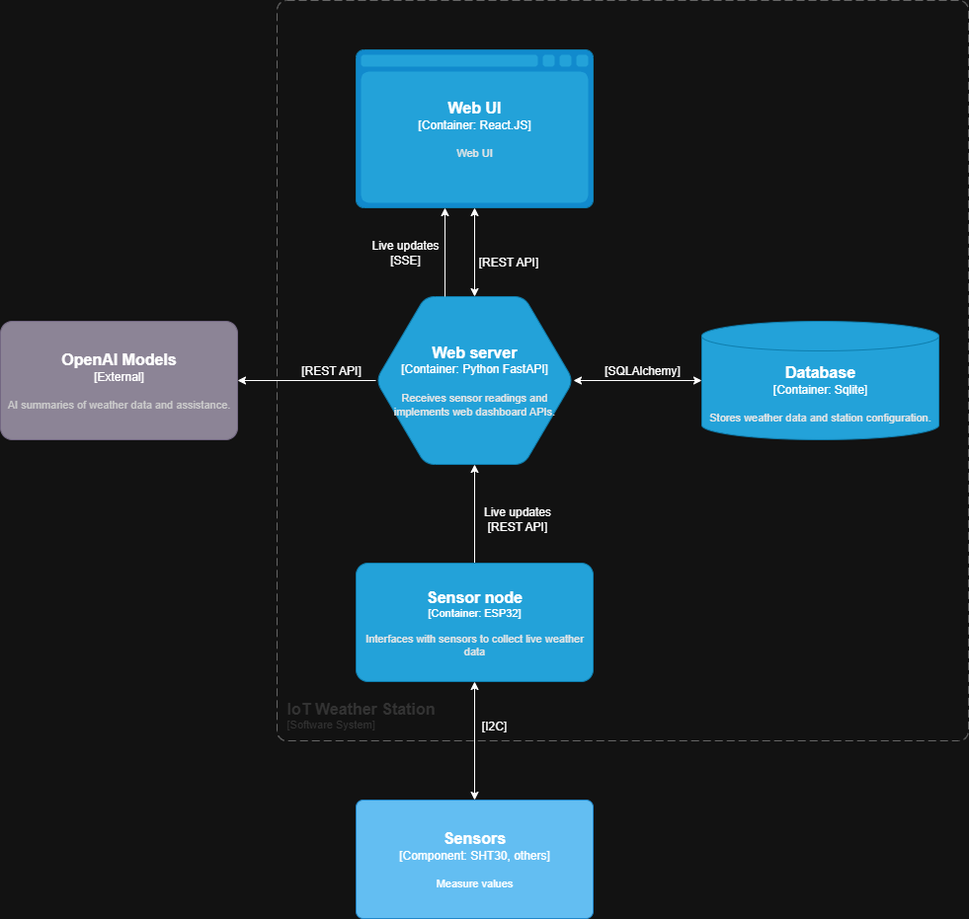
al-c95/IoTWeatherStation keeps this draw.io diagram as architecture.drawio.png. Above is the earlier version. Source tidied: cells renumbered, new cells last; positions are measured from the earlier drawing's top-left corner, leaving out a move shared by most shapes.
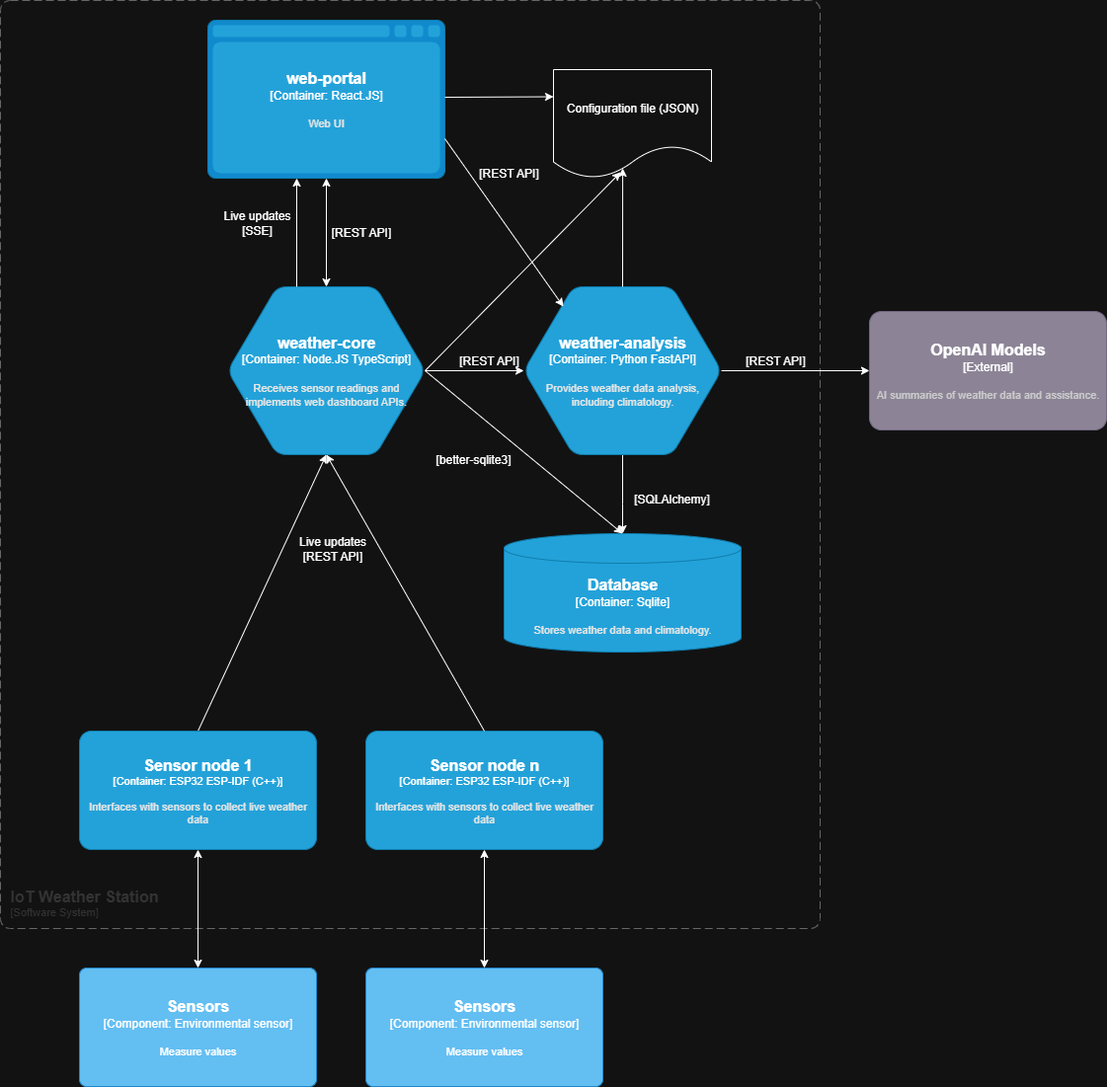
Later version of the same file.

Diff of the diagram source:
```diff
@@ -2,83 +2,144 @@
   <root>
     <mxCell id="0" />
     <mxCell id="1" parent="0" />
-    <object id="2" label="&lt;font style=&quot;font-size: 16px&quot;&gt;&lt;b&gt;%c4Name%&lt;/b&gt;&lt;/font&gt;&lt;div&gt;[%c4Type%:&amp;nbsp;%c4Technology%]&lt;/div&gt;&lt;br&gt;&lt;div&gt;&lt;font style=&quot;font-size: 11px&quot;&gt;&lt;font color=&quot;#E6E6E6&quot;&gt;%c4Description%&lt;/font&gt;&lt;/div&gt;" c4Description="Receives sensor readings and implements web dashboard APIs." c4Name="Web server" c4Technology="Python FastAPI" c4Type="Container" placeholders="1">
+    <object id="2" label="&lt;font style=&quot;font-size: 16px&quot;&gt;&lt;b&gt;%c4Name%&lt;/b&gt;&lt;/font&gt;&lt;div&gt;[%c4Type%:&amp;nbsp;%c4Technology%]&lt;/div&gt;&lt;br&gt;&lt;div&gt;&lt;font style=&quot;font-size: 11px&quot;&gt;&lt;font color=&quot;#E6E6E6&quot;&gt;%c4Description%&lt;/font&gt;&lt;/div&gt;" c4Description="Receives sensor readings and implements web dashboard APIs." c4Name="weather-core" c4Technology="Node.JS TypeScript" c4Type="Container" placeholders="1">
       <mxCell style="shape=hexagon;size=50;perimeter=hexagonPerimeter2;whiteSpace=wrap;html=1;fixedSize=1;rounded=1;labelBackgroundColor=none;fillColor=#23A2D9;fontSize=12;fontColor=#ffffff;align=center;strokeColor=#0E7DAD;points=[[0.5,0,0],[1,0.25,0],[1,0.5,0],[1,0.75,0],[0.5,1,0],[0,0.75,0],[0,0.5,0],[0,0.25,0]];" parent="1" vertex="1">
-        <mxGeometry x="380" y="300" width="200" height="170" as="geometry" />
+        <mxGeometry x="380" y="320" width="200" height="170" as="geometry" />
       </mxCell>
     </object>
-    <object id="3" label="&lt;font style=&quot;font-size: 16px&quot;&gt;&lt;b&gt;%c4Name%&lt;/b&gt;&lt;/font&gt;&lt;div&gt;[%c4Type%:&amp;nbsp;%c4Technology%]&lt;/div&gt;&lt;br&gt;&lt;div&gt;&lt;font style=&quot;font-size: 11px&quot;&gt;&lt;font color=&quot;#E6E6E6&quot;&gt;%c4Description%&lt;/font&gt;&lt;/div&gt;" c4Description="Web UI" c4Name="Web UI" c4Technology="React.JS" c4Type="Container" placeholders="1">
+    <object id="3" label="&lt;font style=&quot;font-size: 16px&quot;&gt;&lt;b&gt;%c4Name%&lt;/b&gt;&lt;/font&gt;&lt;div&gt;[%c4Type%:&amp;nbsp;%c4Technology%]&lt;/div&gt;&lt;br&gt;&lt;div&gt;&lt;font style=&quot;font-size: 11px&quot;&gt;&lt;font color=&quot;#E6E6E6&quot;&gt;%c4Description%&lt;/font&gt;&lt;/div&gt;" c4Description="Web UI" c4Name="web-portal" c4Technology="React.JS" c4Type="Container" placeholders="1">
       <mxCell style="shape=mxgraph.c4.webBrowserContainer2;whiteSpace=wrap;html=1;boundedLbl=1;rounded=0;labelBackgroundColor=none;strokeColor=#118ACD;fillColor=#23A2D9;strokeColor=#118ACD;strokeColor2=#0E7DAD;fontSize=12;fontColor=#ffffff;align=center;points=[[0.5,0,0],[1,0.25,0],[1,0.5,0],[1,0.75,0],[0.5,1,0],[0,0.75,0],[0,0.5,0],[0,0.25,0]];" parent="1" vertex="1">
         <mxGeometry x="360" y="50" width="240" height="160" as="geometry" />
       </mxCell>
     </object>
-    <object id="4" label="&lt;font style=&quot;font-size: 16px&quot;&gt;&lt;b&gt;%c4Name%&lt;/b&gt;&lt;/font&gt;&lt;div&gt;[%c4Type%:&amp;nbsp;%c4Technology%]&lt;/div&gt;&lt;br&gt;&lt;div&gt;&lt;font style=&quot;font-size: 11px&quot;&gt;&lt;font color=&quot;#E6E6E6&quot;&gt;%c4Description%&lt;/font&gt;&lt;/div&gt;" c4Description="Stores weather data and station configuration." c4Name="Database" c4Technology="Sqlite" c4Type="Container" placeholders="1">
+    <object id="4" label="&lt;font style=&quot;font-size: 16px&quot;&gt;&lt;b&gt;%c4Name%&lt;/b&gt;&lt;/font&gt;&lt;div&gt;[%c4Type%:&amp;nbsp;%c4Technology%]&lt;/div&gt;&lt;br&gt;&lt;div&gt;&lt;font style=&quot;font-size: 11px&quot;&gt;&lt;font color=&quot;#E6E6E6&quot;&gt;%c4Description%&lt;/font&gt;&lt;/div&gt;" c4Description="Stores weather data and climatology." c4Name="Database" c4Technology="Sqlite" c4Type="Container" placeholders="1">
       <mxCell style="shape=cylinder3;size=15;whiteSpace=wrap;html=1;boundedLbl=1;rounded=0;labelBackgroundColor=none;fillColor=#23A2D9;fontSize=12;fontColor=#ffffff;align=center;strokeColor=#0E7DAD;points=[[0.5,0,0],[1,0.25,0],[1,0.5,0],[1,0.75,0],[0.5,1,0],[0,0.75,0],[0,0.5,0],[0,0.25,0]];" parent="1" vertex="1">
-        <mxGeometry x="710" y="325" width="240" height="120" as="geometry" />
+        <mxGeometry x="660" y="570" width="240" height="120" as="geometry" />
       </mxCell>
     </object>
     <object id="5" label="&lt;font style=&quot;font-size: 16px&quot;&gt;&lt;b&gt;&lt;div style=&quot;text-align: left&quot;&gt;%c4Name%&lt;/div&gt;&lt;/b&gt;&lt;/font&gt;&lt;div style=&quot;text-align: left&quot;&gt;[%c4Application%]&lt;/div&gt;" c4Application="Software System" c4Name="IoT Weather Station" c4Type="SystemScopeBoundary" placeholders="1">
       <mxCell style="rounded=1;fontSize=11;whiteSpace=wrap;html=1;dashed=1;arcSize=20;fillColor=none;strokeColor=#666666;fontColor=#333333;labelBackgroundColor=none;align=left;verticalAlign=bottom;labelBorderColor=none;spacingTop=0;spacing=10;dashPattern=8 4;perimeter=rectanglePerimeter;noLabel=0;labelPadding=0;absoluteArcSize=1;" parent="1" vertex="1">
-        <mxGeometry x="280" width="700" height="750" as="geometry" />
+        <mxGeometry x="150" y="30" width="830" height="940" as="geometry" />
       </mxCell>
     </object>
     <object id="6" label="&lt;font style=&quot;font-size: 16px&quot;&gt;&lt;b&gt;%c4Name%&lt;/b&gt;&lt;/font&gt;&lt;div&gt;[%c4Type%]&lt;/div&gt;&lt;br&gt;&lt;div&gt;&lt;font style=&quot;font-size: 11px&quot;&gt;&lt;font color=&quot;#cccccc&quot;&gt;%c4Description%&lt;/font&gt;&lt;/div&gt;" c4Description="AI summaries of weather data and assistance." c4Name="OpenAI Models" c4Type="External" placeholders="1">
       <mxCell style="rounded=1;whiteSpace=wrap;html=1;labelBackgroundColor=none;fillColor=#8C8496;fontColor=#ffffff;align=center;arcSize=10;strokeColor=#736782;points=[[0.25,0,0],[0.5,0,0],[0.75,0,0],[1,0.25,0],[1,0.5,0],[1,0.75,0],[0.75,1,0],[0.5,1,0],[0.25,1,0],[0,0.75,0],[0,0.5,0],[0,0.25,0]];" parent="1" vertex="1">
-        <mxGeometry y="325" width="240" height="120" as="geometry" />
+        <mxGeometry x="1030" y="345" width="240" height="120" as="geometry" />
       </mxCell>
     </object>
-    <object id="7" label="&lt;font style=&quot;font-size: 16px&quot;&gt;&lt;b&gt;%c4Name%&lt;/b&gt;&lt;/font&gt;&lt;div&gt;[%c4Type%: %c4Technology%]&lt;/div&gt;&lt;br&gt;&lt;div&gt;&lt;font style=&quot;font-size: 11px&quot;&gt;%c4Description%&lt;/font&gt;&lt;/div&gt;" c4Description="Measure values" c4Name="Sensors" c4Technology="SHT30, others" c4Type="Component" placeholders="1">
+    <object id="7" label="&lt;font style=&quot;font-size: 16px&quot;&gt;&lt;b&gt;%c4Name%&lt;/b&gt;&lt;/font&gt;&lt;div&gt;[%c4Type%: %c4Technology%]&lt;/div&gt;&lt;br&gt;&lt;div&gt;&lt;font style=&quot;font-size: 11px&quot;&gt;%c4Description%&lt;/font&gt;&lt;/div&gt;" c4Description="Measure values" c4Name="Sensors" c4Technology="Environmental sensor" c4Type="Component" placeholders="1">
       <mxCell style="rounded=1;whiteSpace=wrap;html=1;labelBackgroundColor=none;fillColor=#63BEF2;fontColor=#ffffff;align=center;arcSize=6;strokeColor=#2086C9;points=[[0.25,0,0],[0.5,0,0],[0.75,0,0],[1,0.25,0],[1,0.5,0],[1,0.75,0],[0.75,1,0],[0.5,1,0],[0.25,1,0],[0,0.75,0],[0,0.5,0],[0,0.25,0]];" parent="1" vertex="1">
-        <mxGeometry x="360" y="810" width="240" height="120" as="geometry" />
+        <mxGeometry x="230" y="1010" width="240" height="120" as="geometry" />
       </mxCell>
     </object>
     <mxCell id="8" style="endArrow=classic;startArrow=classic;html=1;rounded=0;entryX=0.5;entryY=1;entryDx=0;entryDy=0;entryPerimeter=0;exitX=0.5;exitY=0;exitDx=0;exitDy=0;exitPerimeter=0;" parent="1" edge="1" source="2" target="3">
       <mxGeometry relative="1" as="geometry" />
     </mxCell>
-    <mxCell id="9" style="endArrow=classic;startArrow=none;html=1;rounded=0;entryX=0.5;entryY=1;entryDx=0;entryDy=0;entryPerimeter=0;exitX=0.5;exitY=0;exitDx=0;exitDy=0;exitPerimeter=0;startFill=0;" parent="1" edge="1" target="2">
+    <mxCell id="9" style="endArrow=classic;startArrow=none;html=1;rounded=0;entryX=0.5;entryY=1;entryDx=0;entryDy=0;entryPerimeter=0;startFill=0;" parent="1" edge="1" target="2">
       <mxGeometry relative="1" as="geometry">
-        <mxPoint x="480" y="570" as="sourcePoint" />
+        <mxPoint x="350" y="770" as="sourcePoint" />
       </mxGeometry>
     </mxCell>
-    <mxCell id="10" style="endArrow=classic;startArrow=classic;html=1;rounded=0;entryX=0.5;entryY=1;entryDx=0;entryDy=0;entryPerimeter=0;exitX=0.5;exitY=0;exitDx=0;exitDy=0;exitPerimeter=0;" parent="1" edge="1" source="7">
-      <mxGeometry relative="1" as="geometry">
-        <mxPoint x="480" y="690" as="targetPoint" />
-      </mxGeometry>
-    </mxCell>
-    <mxCell id="11" style="endArrow=classic;startArrow=classic;html=1;rounded=0;exitX=1;exitY=0.5;exitDx=0;exitDy=0;exitPerimeter=0;entryX=0;entryY=0.5;entryDx=0;entryDy=0;entryPerimeter=0;" parent="1" edge="1" source="2" target="4">
-      <mxGeometry relative="1" as="geometry" />
+    <mxCell id="11" style="endArrow=classic;startArrow=classic;html=1;rounded=0;exitX=0.5;exitY=0;exitDx=0;exitDy=0;exitPerimeter=0;entryX=0.5;entryY=0;entryDx=0;entryDy=0;entryPerimeter=0;" parent="1" edge="1" source="21" target="4">
+      <mxGeometry relative="1" as="geometry">
+        <Array as="points">
+          <mxPoint x="780" y="470" />
+          <mxPoint x="780" y="540" />
+        </Array>
+      </mxGeometry>
     </mxCell>
-    <object id="12" label="&lt;font style=&quot;font-size: 16px&quot;&gt;&lt;b&gt;%c4Name%&lt;/b&gt;&lt;/font&gt;&lt;div&gt;[%c4Type%: %c4Technology%]&lt;/div&gt;&lt;br&gt;&lt;div&gt;&lt;font style=&quot;font-size: 11px&quot;&gt;&lt;font color=&quot;#E6E6E6&quot;&gt;%c4Description%&lt;/font&gt;&lt;/div&gt;" c4Description="Interfaces with sensors to collect live weather data" c4Name="Sensor node" c4Technology="ESP32" c4Type="Container" placeholders="1">
+    <object id="12" label="&lt;font style=&quot;font-size: 16px&quot;&gt;&lt;b&gt;%c4Name%&lt;/b&gt;&lt;/font&gt;&lt;div&gt;[%c4Type%: %c4Technology%]&lt;/div&gt;&lt;br&gt;&lt;div&gt;&lt;font style=&quot;font-size: 11px&quot;&gt;&lt;font color=&quot;#E6E6E6&quot;&gt;%c4Description%&lt;/font&gt;&lt;/div&gt;" c4Description="Interfaces with sensors to collect live weather data" c4Name="Sensor node 1" c4Technology="ESP32 ESP-IDF (C++)" c4Type="Container" placeholders="1">
       <mxCell style="rounded=1;whiteSpace=wrap;html=1;fontSize=11;labelBackgroundColor=none;fillColor=#23A2D9;fontColor=#ffffff;align=center;arcSize=10;strokeColor=#0E7DAD;points=[[0.25,0,0],[0.5,0,0],[0.75,0,0],[1,0.25,0],[1,0.5,0],[1,0.75,0],[0.75,1,0],[0.5,1,0],[0.25,1,0],[0,0.75,0],[0,0.5,0],[0,0.25,0]];" parent="1" vertex="1">
-        <mxGeometry x="360" y="570" width="240" height="120" as="geometry" />
+        <mxGeometry x="230" y="770" width="240" height="120" as="geometry" />
       </mxCell>
     </object>
-    <mxCell id="13" style="endArrow=classic;html=1;rounded=0;exitX=0;exitY=0.5;exitDx=0;exitDy=0;exitPerimeter=0;entryX=1;entryY=0.5;entryDx=0;entryDy=0;entryPerimeter=0;" parent="1" edge="1" source="2" target="6">
-      <mxGeometry relative="1" as="geometry" />
-    </mxCell>
     <mxCell id="14" value="[REST API]" style="text;html=1;align=center;verticalAlign=middle;whiteSpace=wrap;rounded=0;" parent="1" vertex="1">
-      <mxGeometry x="300" y="360" width="70" height="30" as="geometry" />
+      <mxGeometry x="900" y="380" width="70" height="30" as="geometry" />
     </mxCell>
     <mxCell id="15" value="[SQLAlchemy]" style="text;html=1;align=center;verticalAlign=middle;whiteSpace=wrap;rounded=0;" parent="1" vertex="1">
-      <mxGeometry x="610" y="360" width="80" height="30" as="geometry" />
+      <mxGeometry x="790" y="520" width="80" height="30" as="geometry" />
     </mxCell>
-    <mxCell id="16" value="[I2C]" style="text;html=1;align=center;verticalAlign=middle;whiteSpace=wrap;rounded=0;" parent="1" vertex="1">
-      <mxGeometry x="470" y="720" width="60" height="30" as="geometry" />
-    </mxCell>
     <mxCell id="17" value="[REST API]" style="text;html=1;align=center;verticalAlign=middle;whiteSpace=wrap;rounded=0;" parent="1" vertex="1">
       <mxGeometry x="477.5" y="250" width="75" height="30" as="geometry" />
     </mxCell>
     <mxCell id="18" style="endArrow=classic;html=1;rounded=0;" parent="1" edge="1">
       <mxGeometry relative="1" as="geometry">
-        <mxPoint x="450" y="300" as="sourcePoint" />
+        <mxPoint x="450" y="320" as="sourcePoint" />
         <mxPoint x="450" y="210" as="targetPoint" />
       </mxGeometry>
     </mxCell>
     <mxCell id="19" value="Live updates&lt;div&gt;[REST API]&lt;/div&gt;" style="text;html=1;align=center;verticalAlign=middle;whiteSpace=wrap;rounded=0;" parent="1" vertex="1">
-      <mxGeometry x="477.5" y="510" width="92.5" height="30" as="geometry" />
+      <mxGeometry x="440" y="570" width="92.5" height="30" as="geometry" />
     </mxCell>
     <mxCell id="20" value="Live updates&lt;div&gt;[SSE]&lt;/div&gt;" style="text;html=1;align=center;verticalAlign=middle;whiteSpace=wrap;rounded=0;" parent="1" vertex="1">
       <mxGeometry x="370" y="240" width="80" height="30" as="geometry" />
     </mxCell>
+    <object id="21" label="&lt;font style=&quot;font-size: 16px&quot;&gt;&lt;b&gt;%c4Name%&lt;/b&gt;&lt;/font&gt;&lt;div&gt;[%c4Type%:&amp;nbsp;%c4Technology%]&lt;/div&gt;&lt;br&gt;&lt;div&gt;&lt;font style=&quot;font-size: 11px&quot;&gt;&lt;font color=&quot;#E6E6E6&quot;&gt;%c4Description%&lt;/font&gt;&lt;/div&gt;" c4Description="Provides weather data analysis, including climatology." c4Name="weather-analysis" c4Technology="Python FastAPI" c4Type="Container" placeholders="1">
+      <mxCell style="shape=hexagon;size=50;perimeter=hexagonPerimeter2;whiteSpace=wrap;html=1;fixedSize=1;rounded=1;labelBackgroundColor=none;fillColor=#23A2D9;fontSize=12;fontColor=#ffffff;align=center;strokeColor=#0E7DAD;points=[[0.5,0,0],[1,0.25,0],[1,0.5,0],[1,0.75,0],[0.5,1,0],[0,0.75,0],[0,0.5,0],[0,0.25,0]];" parent="1" vertex="1">
+        <mxGeometry x="680" y="320" width="200" height="170" as="geometry" />
+      </mxCell>
+    </object>
+    <mxCell id="22" style="endArrow=classic;html=1;rounded=0;exitX=1;exitY=0.5;exitDx=0;exitDy=0;exitPerimeter=0;entryX=0;entryY=0.5;entryDx=0;entryDy=0;entryPerimeter=0;" parent="1" edge="1" source="2" target="21">
+      <mxGeometry relative="1" as="geometry" />
+    </mxCell>
+    <mxCell id="23" value="[REST API]" style="text;html=1;align=center;verticalAlign=middle;whiteSpace=wrap;rounded=0;" parent="1" vertex="1">
+      <mxGeometry x="610" y="380" width="70" height="30" as="geometry" />
+    </mxCell>
+    <mxCell id="24" style="endArrow=classic;html=1;rounded=0;entryX=0;entryY=0.5;entryDx=0;entryDy=0;entryPerimeter=0;" parent="1" edge="1" target="6">
+      <mxGeometry relative="1" as="geometry">
+        <mxPoint x="880" y="405" as="sourcePoint" />
+      </mxGeometry>
+    </mxCell>
+    <object id="25" label="&lt;font style=&quot;font-size: 16px&quot;&gt;&lt;b&gt;%c4Name%&lt;/b&gt;&lt;/font&gt;&lt;div&gt;[%c4Type%: %c4Technology%]&lt;/div&gt;&lt;br&gt;&lt;div&gt;&lt;font style=&quot;font-size: 11px&quot;&gt;&lt;font color=&quot;#E6E6E6&quot;&gt;%c4Description%&lt;/font&gt;&lt;/div&gt;" c4Description="Interfaces with sensors to collect live weather data" c4Name="Sensor node n" c4Technology="ESP32 ESP-IDF (C++)" c4Type="Container" placeholders="1">
+      <mxCell style="rounded=1;whiteSpace=wrap;html=1;fontSize=11;labelBackgroundColor=none;fillColor=#23A2D9;fontColor=#ffffff;align=center;arcSize=10;strokeColor=#0E7DAD;points=[[0.25,0,0],[0.5,0,0],[0.75,0,0],[1,0.25,0],[1,0.5,0],[1,0.75,0],[0.75,1,0],[0.5,1,0],[0.25,1,0],[0,0.75,0],[0,0.5,0],[0,0.25,0]];" parent="1" vertex="1">
+        <mxGeometry x="520" y="770" width="240" height="120" as="geometry" />
+      </mxCell>
+    </object>
+    <mxCell id="26" style="endArrow=classic;html=1;rounded=0;exitX=0.5;exitY=0;exitDx=0;exitDy=0;exitPerimeter=0;" parent="1" edge="1" source="25">
+      <mxGeometry relative="1" as="geometry">
+        <mxPoint x="480" y="490" as="targetPoint" />
+      </mxGeometry>
+    </mxCell>
+    <object id="27" label="&lt;font style=&quot;font-size: 16px&quot;&gt;&lt;b&gt;%c4Name%&lt;/b&gt;&lt;/font&gt;&lt;div&gt;[%c4Type%: %c4Technology%]&lt;/div&gt;&lt;br&gt;&lt;div&gt;&lt;font style=&quot;font-size: 11px&quot;&gt;%c4Description%&lt;/font&gt;&lt;/div&gt;" c4Description="Measure values" c4Name="Sensors" c4Technology="Environmental sensor" c4Type="Component" placeholders="1">
+      <mxCell style="rounded=1;whiteSpace=wrap;html=1;labelBackgroundColor=none;fillColor=#63BEF2;fontColor=#ffffff;align=center;arcSize=6;strokeColor=#2086C9;points=[[0.25,0,0],[0.5,0,0],[0.75,0,0],[1,0.25,0],[1,0.5,0],[1,0.75,0],[0.75,1,0],[0.5,1,0],[0.25,1,0],[0,0.75,0],[0,0.5,0],[0,0.25,0]];" parent="1" vertex="1">
+        <mxGeometry x="520" y="1010" width="240" height="120" as="geometry" />
+      </mxCell>
+    </object>
+    <mxCell id="28" style="endArrow=classic;startArrow=classic;html=1;rounded=0;entryX=0.5;entryY=1;entryDx=0;entryDy=0;entryPerimeter=0;exitX=0.5;exitY=0;exitDx=0;exitDy=0;exitPerimeter=0;" parent="1" edge="1" source="7" target="12">
+      <mxGeometry relative="1" as="geometry" />
+    </mxCell>
+    <mxCell id="29" style="endArrow=classic;startArrow=classic;html=1;rounded=0;entryX=0.5;entryY=1;entryDx=0;entryDy=0;entryPerimeter=0;exitX=0.5;exitY=0;exitDx=0;exitDy=0;exitPerimeter=0;" parent="1" edge="1" source="27" target="25">
+      <mxGeometry relative="1" as="geometry" />
+    </mxCell>
+    <mxCell id="30" style="endArrow=classic;html=1;rounded=0;exitX=1;exitY=0.5;exitDx=0;exitDy=0;exitPerimeter=0;" parent="1" edge="1" source="2">
+      <mxGeometry relative="1" as="geometry">
+        <mxPoint x="780" y="570" as="targetPoint" />
+      </mxGeometry>
+    </mxCell>
+    <mxCell id="31" value="[better-sqlite3]" style="text;strokeColor=none;fillColor=none;align=left;verticalAlign=middle;spacingLeft=4;spacingRight=4;overflow=hidden;whiteSpace=wrap;html=1;" parent="1" vertex="1">
+      <mxGeometry x="585" y="480" width="90" height="30" as="geometry" />
+    </mxCell>
+    <mxCell id="32" value="Configuration file (JSON)" style="shape=document;whiteSpace=wrap;html=1;boundedLbl=1;" parent="1" vertex="1">
+      <mxGeometry x="710" y="100" width="160" height="110" as="geometry" />
+    </mxCell>
+    <mxCell id="33" style="endArrow=classic;html=1;rounded=0;exitX=0.5;exitY=0;exitDx=0;exitDy=0;exitPerimeter=0;entryX=0.438;entryY=0.909;entryDx=0;entryDy=0;entryPerimeter=0;" parent="1" edge="1" source="21" target="32">
+      <mxGeometry relative="1" as="geometry" />
+    </mxCell>
+    <mxCell id="34" style="endArrow=classic;html=1;rounded=0;exitX=1;exitY=0.5;exitDx=0;exitDy=0;exitPerimeter=0;entryX=0.425;entryY=0.945;entryDx=0;entryDy=0;entryPerimeter=0;" parent="1" edge="1" source="2" target="32">
+      <mxGeometry relative="1" as="geometry" />
+    </mxCell>
+    <mxCell id="35" style="endArrow=classic;html=1;rounded=0;entryX=0;entryY=0.25;entryDx=0;entryDy=0;" parent="1" edge="1" target="32">
+      <mxGeometry relative="1" as="geometry">
+        <mxPoint x="600" y="128" as="sourcePoint" />
+      </mxGeometry>
+    </mxCell>
+    <mxCell id="36" style="endArrow=classic;html=1;rounded=0;exitX=1;exitY=0.75;exitDx=0;exitDy=0;exitPerimeter=0;" parent="1" edge="1" source="3">
+      <mxGeometry relative="1" as="geometry">
+        <mxPoint x="720" y="340" as="targetPoint" />
+      </mxGeometry>
+    </mxCell>
+    <mxCell id="37" value="[REST API]" style="text;html=1;align=center;verticalAlign=middle;whiteSpace=wrap;rounded=0;" parent="1" vertex="1">
+      <mxGeometry x="630" y="190" width="70" height="30" as="geometry" />
+    </mxCell>
   </root>
 </mxGraphModel>
```
